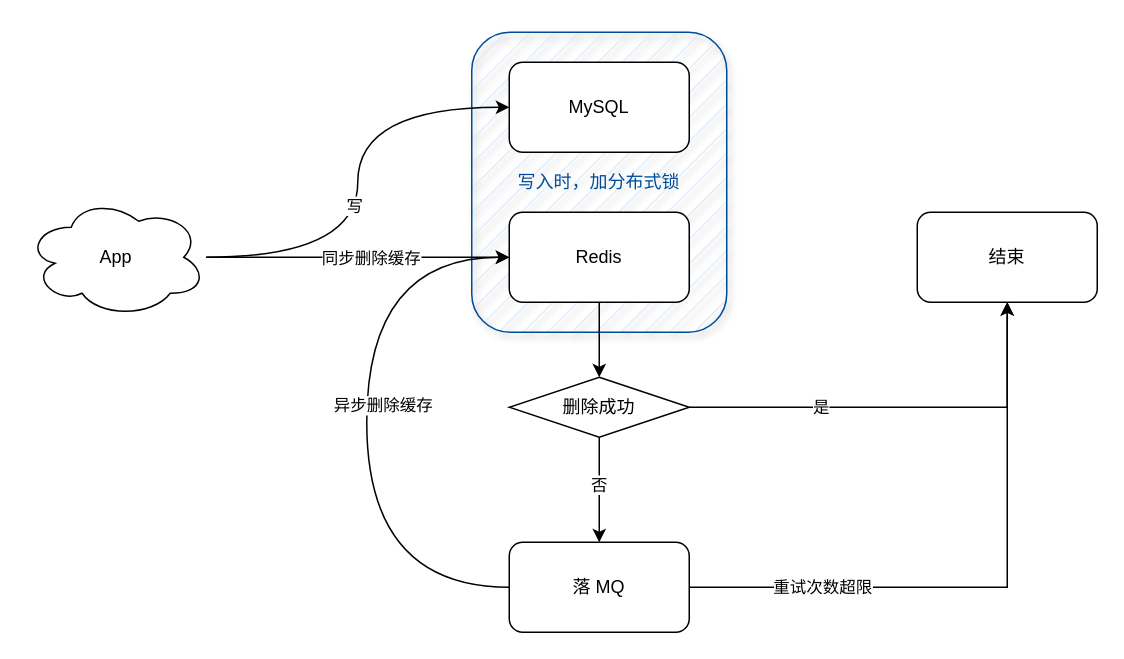
Above: 缓存与数据库一致性.drawio in HaiHuangCHN/diagrams (draw.io), before the change. Source tidied: cells renumbered, new cells numbered last; positions are measured from the earlier drawing's top-left corner, leaving out a move shared by most shapes. Both pictures are drawn from the tidied source at 150%, with x=0, y=0 at pixel (26, 32).
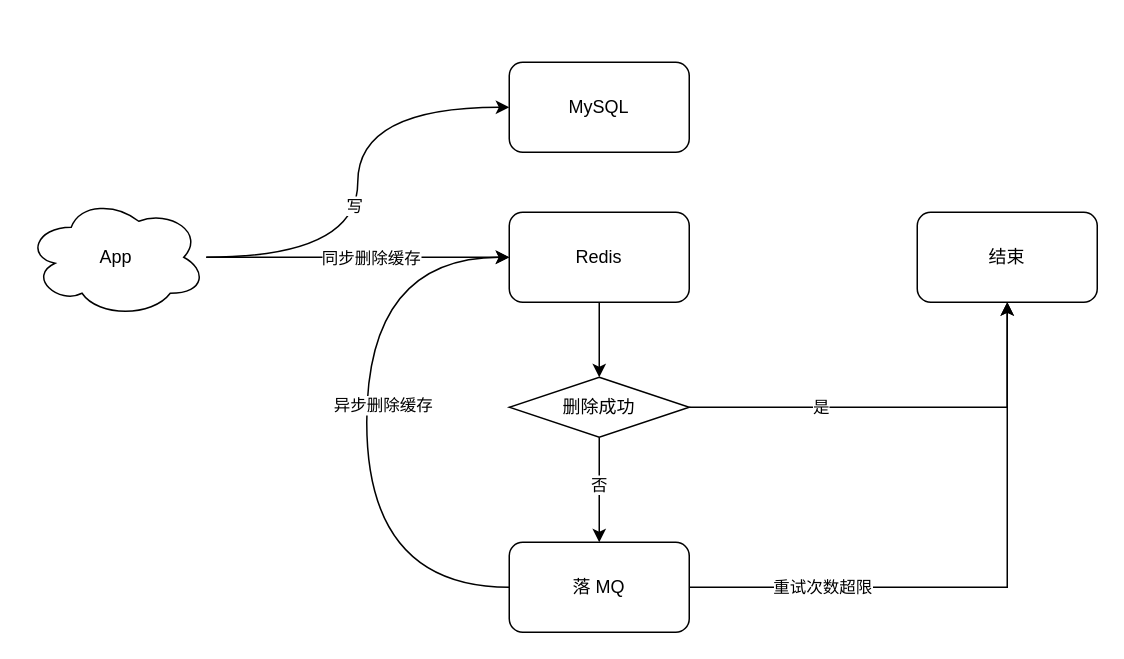
The same page after the edit.

Commit message (it also covers changes not shown here):
更新缓存与数据库一致性.drawio

What changed in the source:
```diff
@@
-    <mxCell id="2" value="&lt;font style=&quot;color: rgb(0, 76, 153);&quot;&gt;写入时，加分布式锁&lt;/font&gt;" style="rounded=1;whiteSpace=wrap;html=1;fillStyle=hatch;strokeColor=#004C99;shadow=1;fillColor=#dae8fc;" parent="1" vertex="1">
-      <mxGeometry x="297" width="170" height="200" as="geometry" />
-    </mxCell>
```
